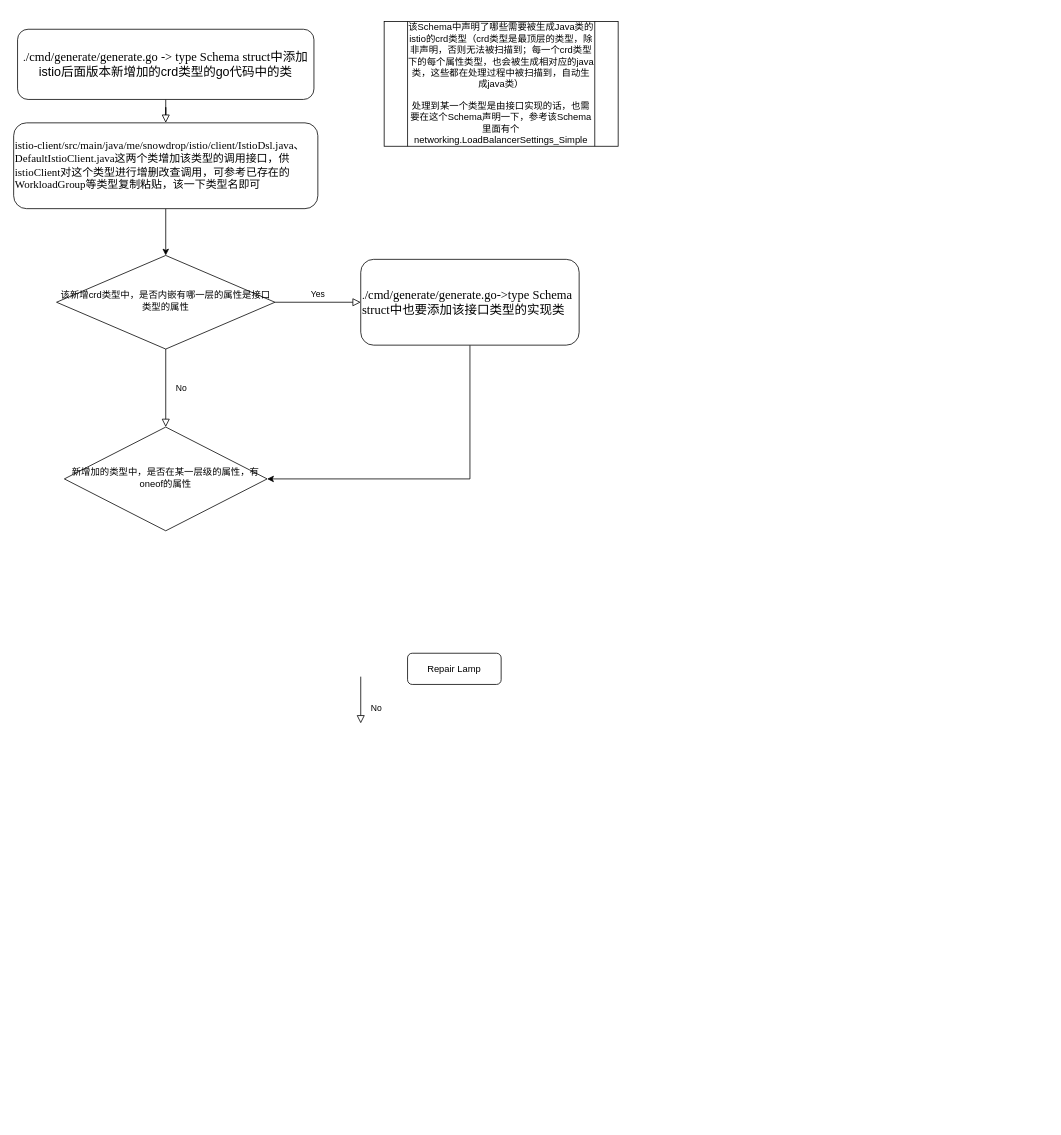
This is istio-java-api 流程图.drawio from 460434901ccz/ccz-practise, a draw.io file, before an edit. Source tidied: cells renumbered, new cells numbered last; positions are measured from the earlier drawing's top-left corner, leaving out a move shared by most shapes. Both pictures are drawn from the tidied source at 78%, with x=0, y=0 at pixel (13, 21).
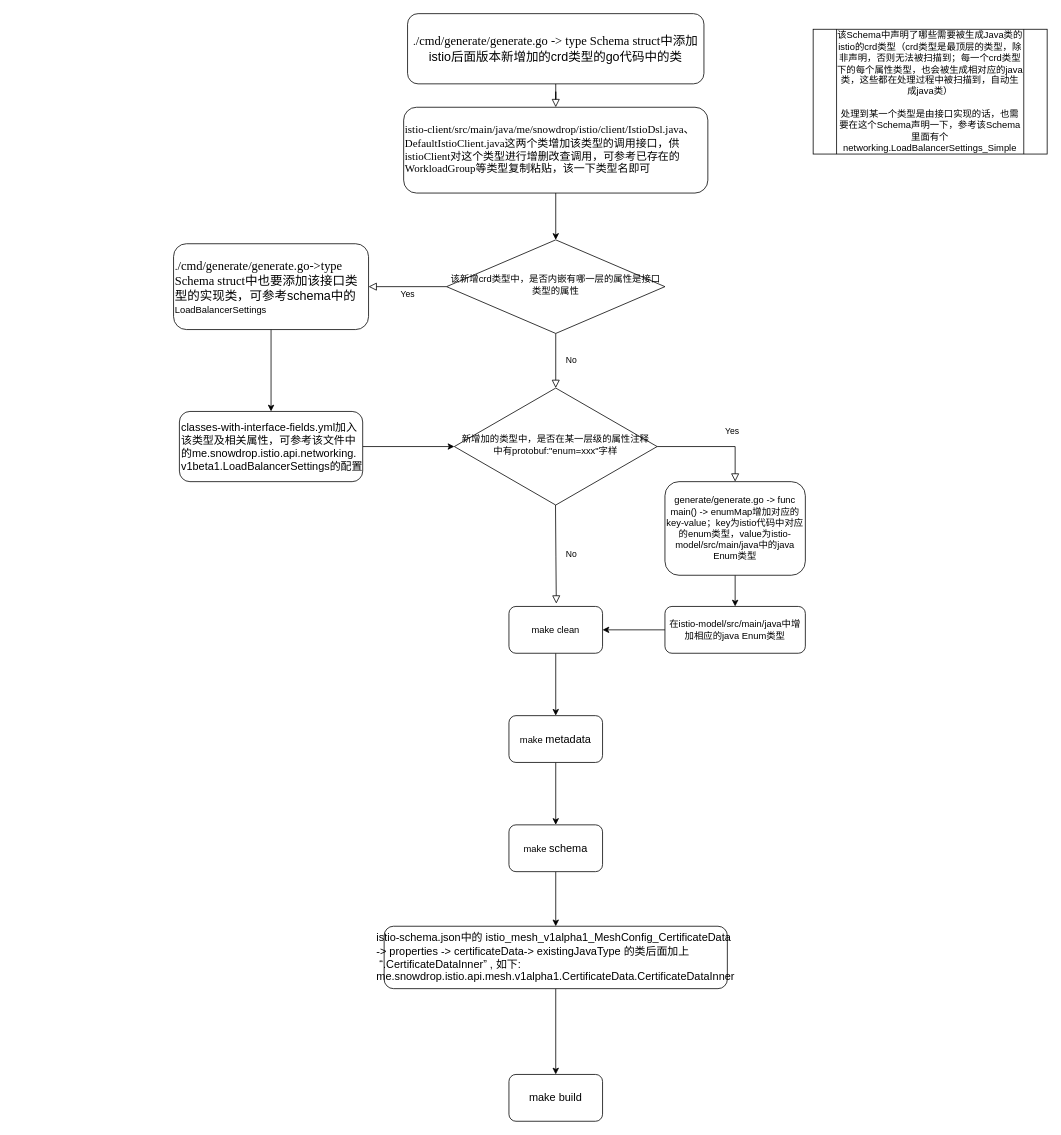
The same page after the edit.

Commit message (it also covers changes not shown here):
更新istio-java-api 流程图.drawio

Diff of the diagram source:
```diff
@@
     <mxCell id="3" value="&lt;p class=&quot;MsoNormal&quot; style=&quot;margin: 0pt 0pt 0.0001pt ; text-align: justify ; font-family: &amp;#34;times new roman&amp;#34; ; font-size: 10.5pt&quot;&gt;&lt;span style=&quot;font-size: 10.5pt&quot;&gt;.&lt;/span&gt;&lt;span style=&quot;font-size: 12pt&quot;&gt;/cmd/generate/generate.go&lt;/span&gt;&lt;span style=&quot;font-size: 12pt&quot;&gt;&amp;nbsp;-&amp;gt; &lt;/span&gt;&lt;span style=&quot;font-size: 12pt&quot;&gt;type Schema struct&lt;/span&gt;&lt;span style=&quot;font-size: 12pt&quot;&gt;&lt;font face=&quot;宋体&quot;&gt;中添加&lt;/font&gt;&lt;/span&gt;&lt;/p&gt;&lt;span style=&quot;font-size: 16px ; text-align: justify&quot;&gt;istio后面版本&lt;/span&gt;&lt;span style=&quot;font-size: 12pt ; text-align: justify&quot;&gt;新增加的crd类型的go代码中的类&lt;/span&gt;&lt;span style=&quot;font-size: 16px ; text-align: justify&quot;&gt;&lt;br&gt;&lt;/span&gt;" style="rounded=1;whiteSpace=wrap;html=1;fontSize=12;glass=0;strokeWidth=1;shadow=0;" parent="1" vertex="1">
-      <mxGeometry x="5" y="10" width="380" height="90" as="geometry" />
+      <mxGeometry x="505" y="-10" width="380" height="90" as="geometry" />
     </mxCell>
@@
     <mxCell id="6" value="该新增crd类型中，是否内嵌有哪一层的属性是接口类型的属性" style="rhombus;whiteSpace=wrap;html=1;shadow=0;fontFamily=Helvetica;fontSize=12;align=center;strokeWidth=1;spacing=6;spacingTop=-4;" parent="1" vertex="1">
-      <mxGeometry x="55" y="300" width="280" height="120" as="geometry" />
+      <mxGeometry x="555" y="280" width="280" height="120" as="geometry" />
     </mxCell>
-    <mxCell id="7" style="edgeStyle=orthogonalEdgeStyle;rounded=0;jettySize=auto;html=1;entryX=1;entryY=0.5;entryDx=0;entryDy=0;" parent="1" edge="1" source="8" target="10">
-      <mxGeometry relative="1" as="geometry">
-        <Array as="points">
-          <mxPoint x="585" y="587" />
-          <mxPoint x="325" y="587" />
-        </Array>
-      </mxGeometry>
-    </mxCell>
+    <mxCell id="15" style="edgeStyle=orthogonalEdgeStyle;rounded=0;jettySize=auto;html=1;" parent="1" edge="1" source="8" target="11">
+      <mxGeometry relative="1" as="geometry" />
+    </mxCell>
-    <mxCell id="8" value="&lt;p class=&quot;MsoNormal&quot; style=&quot;margin: 0pt 0pt 0.0001pt ; font-family: &amp;#34;times new roman&amp;#34; ; font-size: 10.5pt&quot;&gt;&lt;span style=&quot;font-size: 10.5pt&quot;&gt;.&lt;/span&gt;&lt;span style=&quot;font-size: 12pt&quot;&gt;/cmd/generate/generate.go&lt;/span&gt;&lt;span style=&quot;font-size: 12pt&quot;&gt;-&amp;gt;&lt;/span&gt;&lt;span style=&quot;font-size: 12pt&quot;&gt;type Schema struct&lt;/span&gt;&lt;span style=&quot;font-size: 12pt&quot;&gt;&lt;font face=&quot;宋体&quot;&gt;中也要添加该接口类型的实现类&lt;/font&gt;&lt;/span&gt;&lt;/p&gt;" style="rounded=1;whiteSpace=wrap;html=1;fontSize=12;glass=0;strokeWidth=1;shadow=0;fontFamily=宋体;align=left;" parent="1" vertex="1">
-      <mxGeometry x="445" y="305" width="280" height="110" as="geometry" />
+    <mxCell id="8" value="&lt;p class=&quot;MsoNormal&quot; style=&quot;margin: 0pt 0pt 0.0001pt ; font-family: &amp;#34;times new roman&amp;#34; ; font-size: 10.5pt&quot;&gt;&lt;span style=&quot;font-size: 10.5pt&quot;&gt;.&lt;/span&gt;&lt;span style=&quot;font-size: 12pt&quot;&gt;/cmd/generate/generate.go&lt;/span&gt;&lt;span style=&quot;font-size: 12pt&quot;&gt;-&amp;gt;&lt;/span&gt;&lt;span style=&quot;font-size: 12pt&quot;&gt;type Schema struct&lt;/span&gt;&lt;span style=&quot;font-size: 12pt&quot;&gt;&lt;font face=&quot;宋体&quot;&gt;中也要添加该接口类型的实现类，可参考schema中的&lt;/font&gt;&lt;/span&gt;&lt;/p&gt;&lt;span style=&quot;font-family: &amp;#34;helvetica&amp;#34; ; text-align: center&quot;&gt;LoadBalancerSettings&lt;/span&gt;" style="rounded=1;whiteSpace=wrap;html=1;fontSize=12;glass=0;strokeWidth=1;shadow=0;fontFamily=宋体;align=left;" parent="1" vertex="1">
+      <mxGeometry x="205" y="285" width="250" height="110" as="geometry" />
     </mxCell>
-    <mxCell id="9" value="No" style="rounded=0;html=1;jettySize=auto;orthogonalLoop=1;fontSize=11;endArrow=block;endFill=0;endSize=8;strokeWidth=1;shadow=0;labelBackgroundColor=none;edgeStyle=orthogonalEdgeStyle;" parent="1" edge="1">
+    <mxCell id="9" value="Yes" style="rounded=0;html=1;jettySize=auto;fontSize=11;endArrow=block;endFill=0;endSize=8;strokeWidth=1;shadow=0;labelBackgroundColor=none;edgeStyle=orthogonalEdgeStyle;exitX=1;exitY=0.5;exitDx=0;exitDy=0;entryX=0.5;entryY=0;entryDx=0;entryDy=0;" parent="1" edge="1" source="10" target="18">
       <mxGeometry x="0.33" y="20" relative="1" as="geometry">
-        <mxPoint x="445" y="840" as="sourcePoint" />
-        <mxPoint x="445" y="900" as="targetPoint" />
+        <Array as="points">
+          <mxPoint x="925" y="545" />
+        </Array>
       </mxGeometry>
     </mxCell>
-    <mxCell id="10" value="新增加的类型中，是否在某一层级的属性，有oneof的属性" style="rhombus;whiteSpace=wrap;html=1;shadow=0;fontFamily=Helvetica;fontSize=12;align=center;strokeWidth=1;spacing=6;spacingTop=-4;" parent="1" vertex="1">
-      <mxGeometry x="65" y="520" width="260" height="133" as="geometry" />
+    <mxCell id="10" value="新增加的类型中，是否在某一层级的属性注释中有protobuf:&quot;enum=xxx&quot;字样" style="rhombus;whiteSpace=wrap;html=1;shadow=0;fontFamily=Helvetica;fontSize=12;align=center;strokeWidth=1;spacing=6;spacingTop=-4;" parent="1" vertex="1">
+      <mxGeometry x="565" y="470" width="260" height="150" as="geometry" />
     </mxCell>
+    <mxCell id="16" style="edgeStyle=orthogonalEdgeStyle;rounded=0;jettySize=auto;html=1;entryX=0;entryY=0.5;entryDx=0;entryDy=0;" parent="1" edge="1" source="11" target="10">
+      <mxGeometry relative="1" as="geometry" />
+    </mxCell>
-    <mxCell id="11" value="Repair Lamp" style="rounded=1;whiteSpace=wrap;html=1;fontSize=12;glass=0;strokeWidth=1;shadow=0;" parent="1" vertex="1">
-      <mxGeometry x="505" y="810" width="120" height="40" as="geometry" />
+    <mxCell id="11" value="&lt;p class=&quot;MsoNormal&quot; style=&quot;margin: 0pt 0pt 0.0001pt; font-family: calibri; font-size: 10.5pt;&quot;&gt;&lt;span style=&quot;font-size: 10.5pt&quot;&gt;classes-with-interface-fields.yml加入该类型及相关属性，可参考该文件中的me.snowdrop.istio.api.networking.&lt;/span&gt;&lt;/p&gt;&lt;p class=&quot;MsoNormal&quot; style=&quot;margin: 0pt 0pt 0.0001pt; font-family: calibri; font-size: 10.5pt;&quot;&gt;&lt;span style=&quot;font-size: 10.5pt&quot;&gt;v1beta1.LoadBalancerSettings的配置&lt;/span&gt;&lt;/p&gt;" style="rounded=1;whiteSpace=wrap;html=1;fontSize=12;glass=0;strokeWidth=1;shadow=0;align=left;" parent="1" vertex="1">
+      <mxGeometry x="212.5" y="500" width="235" height="90" as="geometry" />
     </mxCell>
     <mxCell id="12" value="该Schema中声明了哪些需要被生成Java类的istio的crd类型（crd类型是最顶层的类型，除非声明，否则无法被扫描到；每一个crd类型下的每个属性类型，也会被生成相对应的java类，这些都在处理过程中被扫描到，自动生成java类）&lt;br&gt;&lt;br&gt;处理到某一个类型是由接口实现的话，也需要在这个Schema声明一下，参考该Schema里面有个networking.LoadBalancerSettings_Simple" style="shape=process;whiteSpace=wrap;html=1;backgroundOutline=1;" parent="1" vertex="1">
-      <mxGeometry x="475" width="300" height="160" as="geometry" />
+      <mxGeometry x="1025" y="10" width="300" height="160" as="geometry" />
     </mxCell>
@@
     <mxCell id="14" value="&lt;p class=&quot;MsoNormal&quot; style=&quot;margin: 0pt 0pt 0.0001pt&quot;&gt;&lt;font face=&quot;times new roman&quot;&gt;&lt;span style=&quot;font-size: 14px&quot;&gt;istio-client/src/main/java/me/snowdrop/istio/client/IstioDsl.java、DefaultIstioClient.java这两个类增加该类型的调用接口，供istioClient对这个类型进行增删改查调用，可参考已存在的WorkloadGroup等类型复制粘贴，该一下类型名即可&lt;/span&gt;&lt;/font&gt;&lt;br&gt;&lt;/p&gt;" style="rounded=1;whiteSpace=wrap;html=1;fontSize=12;glass=0;strokeWidth=1;shadow=0;fontFamily=宋体;align=left;" parent="1" vertex="1">
-      <mxGeometry y="130" width="390" height="110" as="geometry" />
+      <mxGeometry x="500" y="110" width="390" height="110" as="geometry" />
     </mxCell>
+    <mxCell id="17" style="edgeStyle=orthogonalEdgeStyle;rounded=0;jettySize=auto;html=1;entryX=0.5;entryY=0;entryDx=0;entryDy=0;" parent="1" edge="1" source="18" target="20">
+      <mxGeometry relative="1" as="geometry" />
+    </mxCell>
+    <mxCell id="18" value="generate/generate.go -&amp;gt; func main() -&amp;gt; enumMap增加对应的key-value；key为istio代码中对应的enum类型，value为istio-model/src/main/java中的java Enum类型" style="rounded=1;whiteSpace=wrap;html=1;" parent="1" vertex="1">
+      <mxGeometry x="835" y="590" width="180" height="120" as="geometry" />
+    </mxCell>
+    <mxCell id="19" style="edgeStyle=orthogonalEdgeStyle;rounded=0;jettySize=auto;html=1;" parent="1" edge="1" source="20" target="22">
+      <mxGeometry relative="1" as="geometry" />
+    </mxCell>
+    <mxCell id="20" value="在istio-model/src/main/java中增加相应的java Enum类型" style="rounded=1;whiteSpace=wrap;html=1;" parent="1" vertex="1">
+      <mxGeometry x="835" y="750" width="180" height="60" as="geometry" />
+    </mxCell>
+    <mxCell id="21" style="edgeStyle=orthogonalEdgeStyle;rounded=0;jettySize=auto;html=1;" parent="1" edge="1" source="22" target="24">
+      <mxGeometry relative="1" as="geometry" />
+    </mxCell>
+    <mxCell id="22" value="make clean" style="rounded=1;whiteSpace=wrap;html=1;" parent="1" vertex="1">
+      <mxGeometry x="635" y="750" width="120" height="60" as="geometry" />
+    </mxCell>
+    <mxCell id="23" style="edgeStyle=orthogonalEdgeStyle;rounded=0;jettySize=auto;html=1;" parent="1" edge="1" source="24" target="26">
+      <mxGeometry relative="1" as="geometry" />
+    </mxCell>
+    <mxCell id="24" value="make&amp;nbsp;&lt;span style=&quot;font-size: 10.5pt ; text-align: justify&quot;&gt;metadata&lt;/span&gt;" style="rounded=1;whiteSpace=wrap;html=1;" parent="1" vertex="1">
+      <mxGeometry x="635" y="890" width="120" height="60" as="geometry" />
+    </mxCell>
+    <mxCell id="25" style="edgeStyle=orthogonalEdgeStyle;rounded=0;jettySize=auto;html=1;" parent="1" edge="1" source="26" target="28">
+      <mxGeometry relative="1" as="geometry" />
+    </mxCell>
+    <mxCell id="26" value="make&amp;nbsp;&lt;span style=&quot;font-size: 10.5pt ; text-align: justify&quot;&gt;schema&lt;/span&gt;" style="whiteSpace=wrap;html=1;rounded=1;" parent="1" vertex="1">
+      <mxGeometry x="635" y="1030" width="120" height="60" as="geometry" />
+    </mxCell>
+    <mxCell id="27" style="edgeStyle=orthogonalEdgeStyle;rounded=0;jettySize=auto;html=1;" parent="1" edge="1" source="28" target="29">
+      <mxGeometry relative="1" as="geometry" />
+    </mxCell>
+    <mxCell id="28" value="&lt;p class=&quot;MsoNormal&quot; style=&quot;margin: 0pt 0pt 0.0001pt ; text-align: left ; font-family: &amp;#34;calibri&amp;#34; ; font-size: 10.5pt&quot;&gt;&lt;span style=&quot;font-size: 10.5pt&quot;&gt;istio-schema.json&lt;font face=&quot;宋体&quot;&gt;中的 &lt;/font&gt;&lt;font face=&quot;Calibri&quot;&gt;istio_mesh_v1alpha1_MeshConfig_CertificateData -&amp;gt; properties -&amp;gt; certificateData-&amp;gt; existingJavaType &lt;/font&gt;&lt;/span&gt;&lt;span style=&quot;font-size: 10.5pt&quot;&gt;&lt;font face=&quot;宋体&quot;&gt;的&lt;/font&gt;&lt;/span&gt;&lt;span style=&quot;font-size: 10.5pt&quot;&gt;&lt;font face=&quot;宋体&quot;&gt;类后面加上&lt;/font&gt; &amp;nbsp;“&lt;font face=&quot;Calibri&quot;&gt;.CertificateDataInner&lt;/font&gt;&lt;font face=&quot;宋体&quot;&gt;” &lt;/font&gt;&lt;font face=&quot;Calibri&quot;&gt;, &lt;/font&gt;&lt;font face=&quot;宋体&quot;&gt;如下&lt;/font&gt;&lt;font face=&quot;Calibri&quot;&gt;: me.snowdrop.istio.api.mesh.v1alpha1.CertificateData.CertificateDataInner&lt;/font&gt;&lt;/span&gt;&lt;span style=&quot;font-size: 10.5pt&quot;&gt;&lt;/span&gt;&lt;/p&gt;" style="whiteSpace=wrap;html=1;rounded=1;" parent="1" vertex="1">
+      <mxGeometry x="475" y="1160" width="440" height="80" as="geometry" />
+    </mxCell>
+    <mxCell id="29" value="&lt;p class=&quot;MsoNormal&quot; style=&quot;margin: 0pt 0pt 0.0001pt ; text-align: justify ; font-family: &amp;#34;calibri&amp;#34; ; font-size: 10.5pt&quot;&gt;&lt;span style=&quot;font-size: 10.5pt&quot;&gt;make &lt;/span&gt;&lt;span style=&quot;font-size: 10.5pt&quot;&gt;build&lt;/span&gt;&lt;span style=&quot;font-size: 10.5pt&quot;&gt;&lt;/span&gt;&lt;/p&gt;" style="whiteSpace=wrap;html=1;rounded=1;" parent="1" vertex="1">
+      <mxGeometry x="635" y="1350" width="120" height="60" as="geometry" />
+    </mxCell>
+    <mxCell id="30" value="No" style="rounded=0;html=1;jettySize=auto;fontSize=11;endArrow=block;endFill=0;endSize=8;strokeWidth=1;shadow=0;labelBackgroundColor=none;edgeStyle=orthogonalEdgeStyle;entryX=0.506;entryY=-0.06;entryDx=0;entryDy=0;entryPerimeter=0;" parent="1" edge="1" target="22">
+      <mxGeometry y="20" relative="1" as="geometry">
+        <mxPoint x="694.7" y="620" as="sourcePoint" />
+      </mxGeometry>
+    </mxCell>
```
